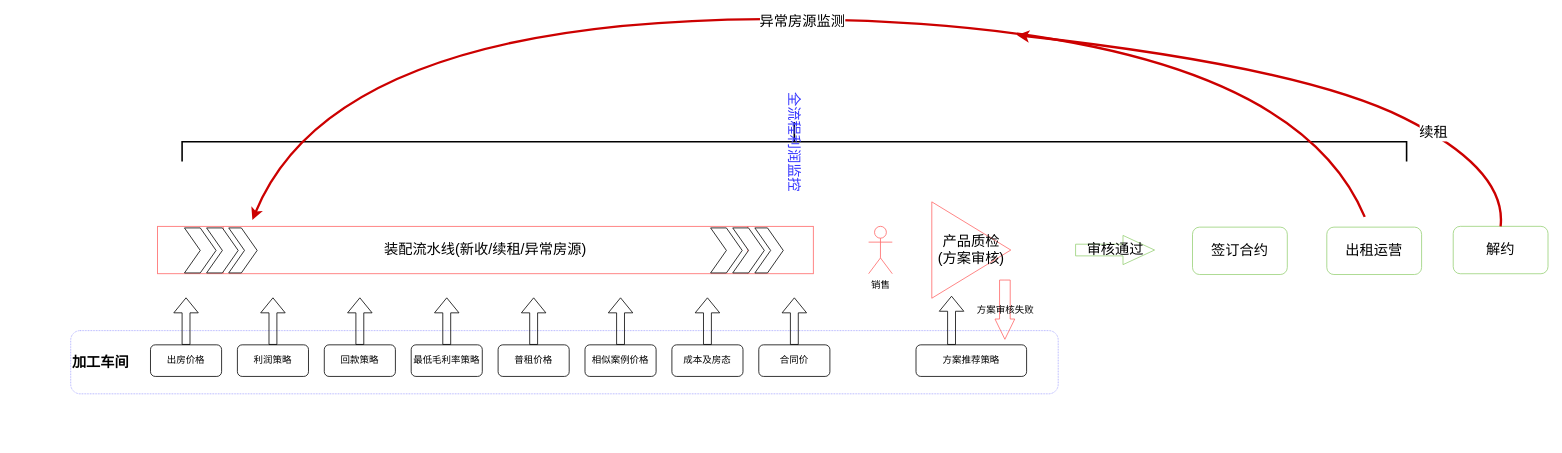
Earlier version of the draw.io diagram Untitled Diagram.drawio (zhuyeqing/tutorials). Source tidied: cells renumbered, new cells numbered last; positions are measured from the earlier drawing's top-left corner, leaving out a move shared by most shapes. Both pictures are drawn from the tidied source at 79%, with x=0, y=0 at pixel (70, -471).
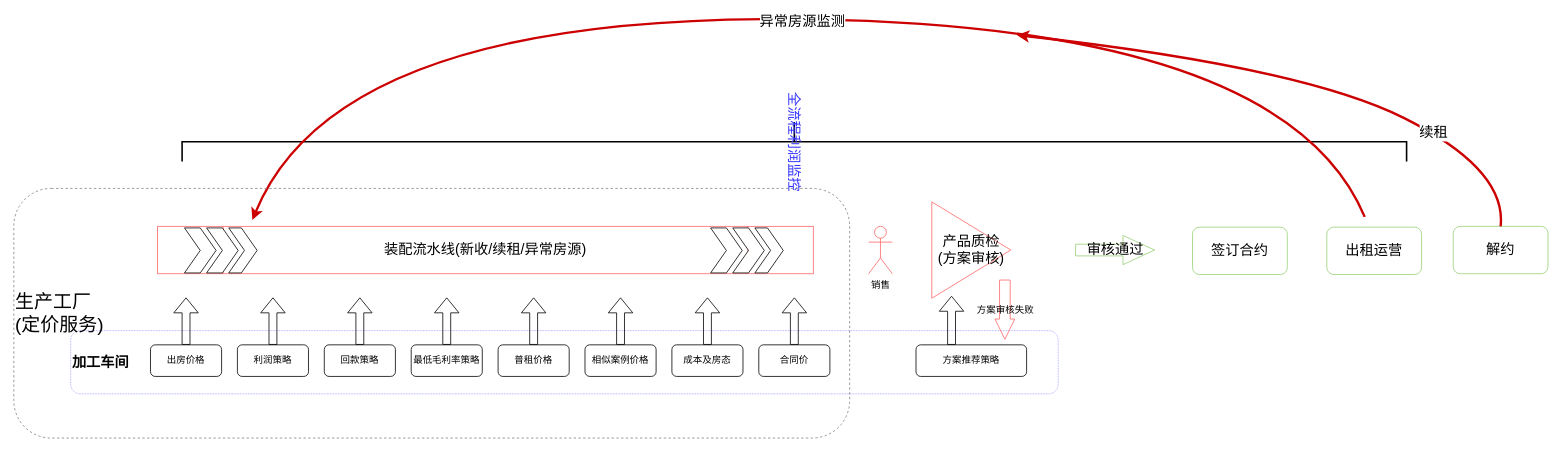
The same diagram, later.

Change to the diagram source:
```diff
@@
+    <mxCell id="42" value="&lt;font style=&quot;font-size: 24px&quot;&gt;生产工厂&lt;br&gt;(定价服务)&lt;br&gt;&lt;/font&gt;" style="rounded=1;whiteSpace=wrap;html=1;strokeColor=#808080;strokeWidth=1;fillColor=none;dashed=1;align=left;" parent="1" vertex="1">
+      <mxGeometry x="-72" y="834" width="1058" height="316" as="geometry" />
+    </mxCell>
```
